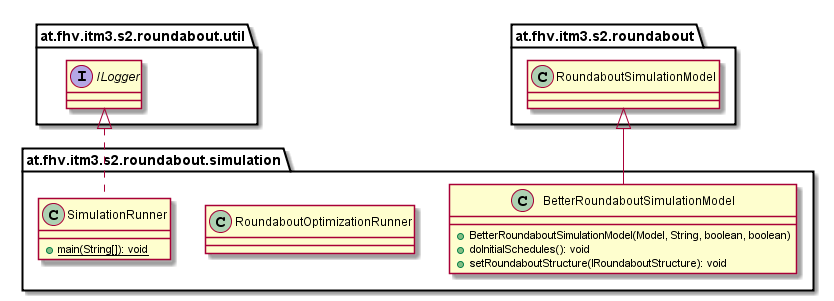
This is images/uml-class/at.fhv.itm3.s2.roundabout.simulation.package.png from Oxydation/RoundaboutDornbirnNorth, a PlantUML export, as it was before one commit. Source of this version:
```plantuml
@startuml

    namespace at.fhv.itm3.s2.roundabout.simulation {

        class SimulationRunner [[../../../../../at/fhv/itm3/s2/roundabout/simulation/SimulationRunner.html]] {
            {static} +main(String[]): void
        }

        class RoundaboutOptimizationRunner [[../../../../../at/fhv/itm3/s2/roundabout/simulation/RoundaboutOptimizationRunner.html]] {
        }

        class BetterRoundaboutSimulationModel [[../../../../../at/fhv/itm3/s2/roundabout/simulation/BetterRoundaboutSimulationModel.html]] {
            +BetterRoundaboutSimulationModel(Model, String, boolean, boolean)
            +doInitialSchedules(): void
            +setRoundaboutStructure(IRoundaboutStructure): void
        }

        interface at.fhv.itm3.s2.roundabout.util.ILogger
        at.fhv.itm3.s2.roundabout.util.ILogger <|.. SimulationRunner

        class at.fhv.itm3.s2.roundabout.RoundaboutSimulationModel
        at.fhv.itm3.s2.roundabout.RoundaboutSimulationModel <|-- BetterRoundaboutSimulationModel

    }

@enduml
```
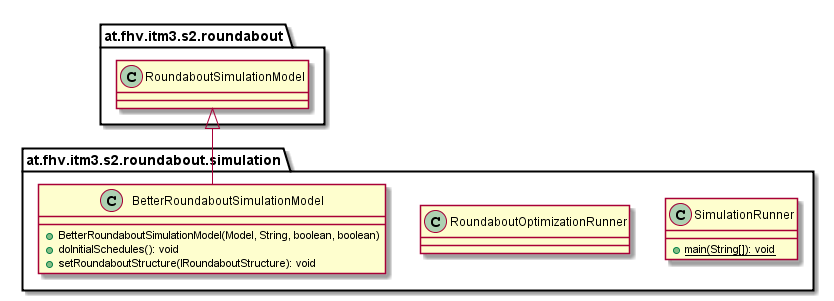
Later version of the same file.

The edit, as a diff of the source:
```diff
@@ -15,9 +15,6 @@
             +setRoundaboutStructure(IRoundaboutStructure): void
         }
 
-        interface at.fhv.itm3.s2.roundabout.util.ILogger
-        at.fhv.itm3.s2.roundabout.util.ILogger <|.. SimulationRunner
-
         class at.fhv.itm3.s2.roundabout.RoundaboutSimulationModel
         at.fhv.itm3.s2.roundabout.RoundaboutSimulationModel <|-- BetterRoundaboutSimulationModel
 
```
